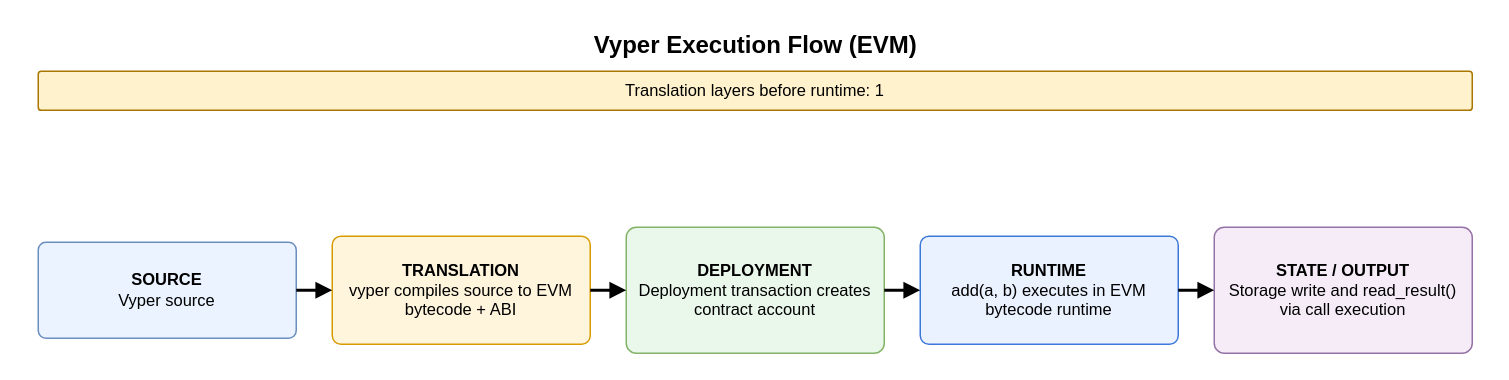
Above: assets/contracting_flows/vyper_flow.drawio in Endogen/xian-tech-website (draw.io), before the change. Source tidied: cells renumbered, new cells numbered last; positions are measured from the earlier drawing's top-left corner, leaving out a move shared by most shapes. Both pictures are drawn from the tidied source at 150%, with x=0, y=0 at pixel (26, 26).
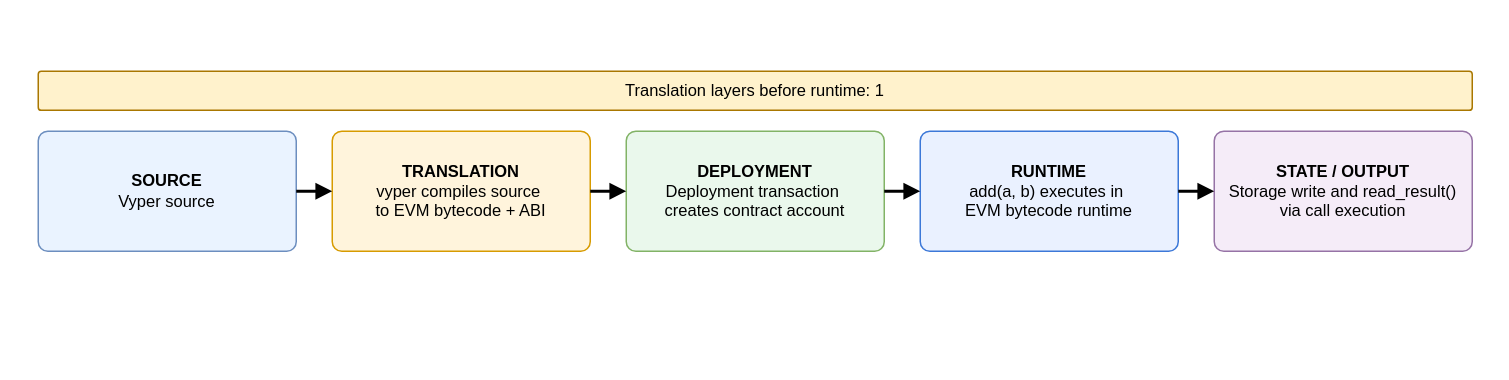
The same diagram, later.

What changed in the source:
```diff
@@
 <mxGraphModel>
   <root>
     <mxCell id="0" />
     <mxCell id="1" parent="0" />
-    <mxCell id="2" value="Vyper Execution Flow (EVM)" style="text;html=1;strokeColor=none;fillColor=none;align=center;verticalAlign=middle;fontSize=16;fontStyle=1;" parent="1" vertex="1">
-      <mxGeometry width="972" height="24" as="geometry" />
-    </mxCell>
     <mxCell id="3" value="Translation layers before runtime: 1" style="rounded=1;whiteSpace=wrap;html=1;arcSize=8;fillColor=#FFF2CC;strokeColor=#A97700;fontSize=11;align=center;verticalAlign=middle;" parent="1" vertex="1">
       <mxGeometry x="8" y="30" width="956" height="26" as="geometry" />
     </mxCell>
     <mxCell id="4" value="&lt;b&gt;SOURCE&lt;/b&gt;&lt;br&gt;Vyper source" style="rounded=1;whiteSpace=wrap;html=1;arcSize=8;fillColor=#EAF3FF;strokeColor=#6C8EBF;fontSize=11;align=center;verticalAlign=middle;spacing=6;" parent="1" vertex="1">
-      <mxGeometry x="8" y="144" width="172" height="64" as="geometry" />
+      <mxGeometry x="8" y="70" width="172" height="80" as="geometry" />
     </mxCell>
-    <mxCell id="5" value="&lt;b&gt;TRANSLATION&lt;/b&gt;&lt;br&gt;vyper compiles source to EVM bytecode + ABI" style="rounded=1;whiteSpace=wrap;html=1;arcSize=8;fillColor=#FFF4DC;strokeColor=#D79B00;fontSize=11;align=center;verticalAlign=middle;spacing=6;" parent="1" vertex="1">
-      <mxGeometry x="204" y="140" width="172" height="72" as="geometry" />
+    <mxCell id="5" value="&lt;b&gt;TRANSLATION&lt;/b&gt;&lt;br&gt;vyper compiles source&amp;nbsp;&lt;div&gt;to EVM bytecode + ABI&lt;/div&gt;" style="rounded=1;whiteSpace=wrap;html=1;arcSize=8;fillColor=#FFF4DC;strokeColor=#D79B00;fontSize=11;align=center;verticalAlign=middle;spacing=6;" parent="1" vertex="1">
+      <mxGeometry x="204" y="70" width="172" height="80" as="geometry" />
     </mxCell>
-    <mxCell id="6" value="&lt;b&gt;DEPLOYMENT&lt;/b&gt;&lt;br&gt;Deployment transaction creates contract account" style="rounded=1;whiteSpace=wrap;html=1;arcSize=8;fillColor=#EAF8EC;strokeColor=#82B366;fontSize=11;align=center;verticalAlign=middle;spacing=6;" parent="1" vertex="1">
-      <mxGeometry x="400" y="134" width="172" height="84" as="geometry" />
+    <mxCell id="6" value="&lt;b&gt;DEPLOYMENT&lt;/b&gt;&lt;br&gt;Deployment transaction&amp;nbsp;&lt;div&gt;creates contract account&lt;/div&gt;" style="rounded=1;whiteSpace=wrap;html=1;arcSize=8;fillColor=#EAF8EC;strokeColor=#82B366;fontSize=11;align=center;verticalAlign=middle;spacing=6;" parent="1" vertex="1">
+      <mxGeometry x="400" y="70" width="172" height="80" as="geometry" />
     </mxCell>
-    <mxCell id="7" value="&lt;b&gt;RUNTIME&lt;/b&gt;&lt;br&gt;add(a, b) executes in EVM bytecode runtime" style="rounded=1;whiteSpace=wrap;html=1;arcSize=8;fillColor=#EAF1FF;strokeColor=#3C78D8;fontSize=11;align=center;verticalAlign=middle;spacing=6;" parent="1" vertex="1">
-      <mxGeometry x="596" y="140" width="172" height="72" as="geometry" />
+    <mxCell id="7" value="&lt;b&gt;RUNTIME&lt;/b&gt;&lt;br&gt;add(a, b) executes in&amp;nbsp;&lt;div&gt;EVM bytecode runtime&lt;/div&gt;" style="rounded=1;whiteSpace=wrap;html=1;arcSize=8;fillColor=#EAF1FF;strokeColor=#3C78D8;fontSize=11;align=center;verticalAlign=middle;spacing=6;" parent="1" vertex="1">
+      <mxGeometry x="596" y="70" width="172" height="80" as="geometry" />
     </mxCell>
     <mxCell id="8" value="&lt;b&gt;STATE / OUTPUT&lt;/b&gt;&lt;br&gt;Storage write and read_result() via call execution" style="rounded=1;whiteSpace=wrap;html=1;arcSize=8;fillColor=#F5ECF8;strokeColor=#9673A6;fontSize=11;align=center;verticalAlign=middle;spacing=6;" parent="1" vertex="1">
-      <mxGeometry x="792" y="134" width="172" height="84" as="geometry" />
+      <mxGeometry x="792" y="70" width="172" height="80" as="geometry" />
     </mxCell>
     <mxCell id="9" style="endArrow=block;endFill=1;html=1;rounded=1;strokeWidth=2;edgeStyle=orthogonalEdgeStyle;" parent="1" edge="1" source="4" target="5">
       <mxGeometry relative="1" as="geometry" />
     </mxCell>
     <mxCell id="10" style="endArrow=block;endFill=1;html=1;rounded=1;strokeWidth=2;edgeStyle=orthogonalEdgeStyle;" parent="1" edge="1" source="5" target="6">
       <mxGeometry relative="1" as="geometry" />
     </mxCell>
     <mxCell id="11" style="endArrow=block;endFill=1;html=1;rounded=1;strokeWidth=2;edgeStyle=orthogonalEdgeStyle;" parent="1" edge="1" source="6" target="7">
       <mxGeometry relative="1" as="geometry" />
     </mxCell>
     <mxCell id="12" style="endArrow=block;endFill=1;html=1;rounded=1;strokeWidth=2;edgeStyle=orthogonalEdgeStyle;" parent="1" edge="1" source="7" target="8">
       <mxGeometry relative="1" as="geometry" />
     </mxCell>
   </root>
 </mxGraphModel>
```
